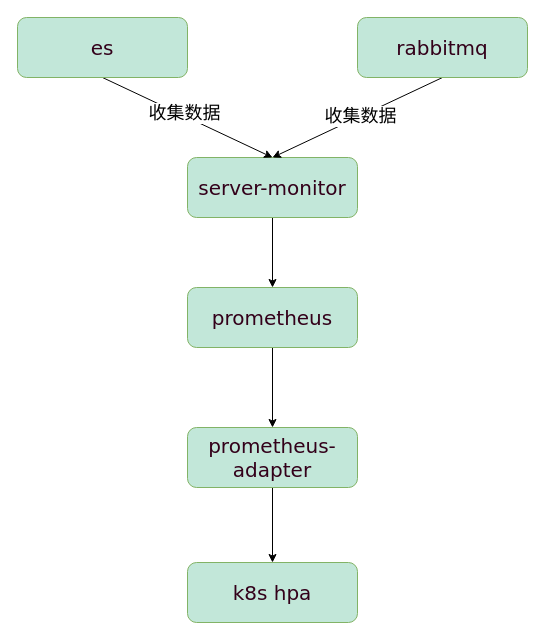
Above: uPic/HPA.drawio in hfdpx/fictional-sniffle (draw.io), before the change. Source tidied: cells renumbered, new cells numbered last; positions are measured from the earlier drawing's top-left corner, leaving out a move shared by most shapes. Both pictures are drawn from the tidied source at 100%, with x=0, y=0 at pixel (17, 17).
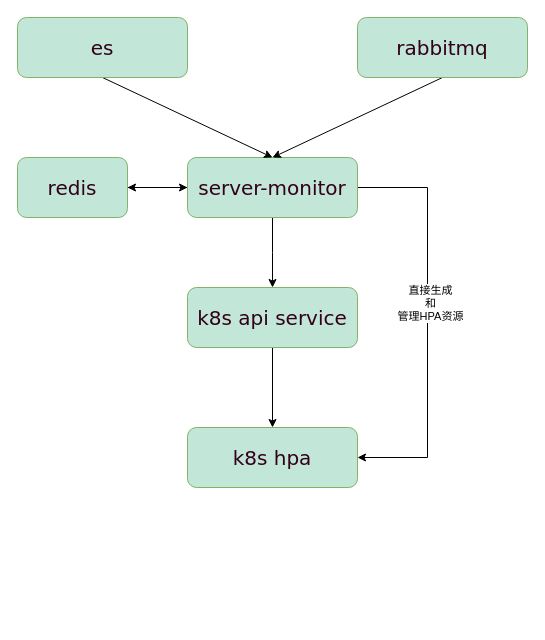
Above is the later version.

Change to the diagram source:
```diff
@@
 <mxGraphModel>
   <root>
     <mxCell id="0" />
     <mxCell id="1" parent="0" />
-    <mxCell id="2" style="edgeStyle=orthogonalEdgeStyle;rounded=0;jettySize=auto;html=1;" parent="1" edge="1" source="3" target="5">
-      <mxGeometry relative="1" as="geometry" />
+    <mxCell id="2" style="edgeStyle=orthogonalEdgeStyle;rounded=0;jettySize=auto;html=1;" parent="1" edge="1" source="3">
+      <mxGeometry relative="1" as="geometry">
+        <mxPoint x="255" y="270" as="targetPoint" />
+      </mxGeometry>
     </mxCell>
+    <mxCell id="15" style="edgeStyle=orthogonalEdgeStyle;rounded=0;jettySize=auto;html=1;exitX=1;exitY=0.5;exitDx=0;exitDy=0;entryX=1;entryY=0.5;entryDx=0;entryDy=0;" parent="1" edge="1" source="3" target="8">
+      <mxGeometry relative="1" as="geometry">
+        <Array as="points">
+          <mxPoint x="410" y="170" />
+          <mxPoint x="410" y="440" />
+        </Array>
+      </mxGeometry>
+    </mxCell>
+    <mxCell id="16" value="直接生成&lt;br&gt;和&lt;br&gt;管理HPA资源" style="edgeLabel;html=1;align=center;verticalAlign=middle;" parent="15" vertex="1">
+      <mxGeometry x="-0.1" y="2" relative="1" as="geometry" />
+    </mxCell>
+    <mxCell id="17" style="edgeStyle=orthogonalEdgeStyle;rounded=0;jettySize=auto;html=1;exitX=0;exitY=0.5;exitDx=0;exitDy=0;entryX=1;entryY=0.5;entryDx=0;entryDy=0;" parent="1" edge="1" source="3" target="19">
+      <mxGeometry relative="1" as="geometry" />
+    </mxCell>
     <mxCell id="3" value="server-monitor" style="rounded=1;whiteSpace=wrap;html=1;strokeColor=#82b366;fillColor=#C2E7D9;fontFamily=Verdana;fontSize=20;fontColor=#33001A;" parent="1" vertex="1">
       <mxGeometry x="170" y="140" width="170" height="60" as="geometry" />
     </mxCell>
-    <mxCell id="4" style="edgeStyle=orthogonalEdgeStyle;rounded=0;jettySize=auto;html=1;" parent="1" edge="1" source="5" target="7">
-      <mxGeometry relative="1" as="geometry" />
+    <mxCell id="4" style="edgeStyle=orthogonalEdgeStyle;rounded=0;orthogonalLoop=1;jettySize=auto;html=1;" parent="1" edge="1">
+      <mxGeometry relative="1" as="geometry">
+        <mxPoint x="255" y="330" as="sourcePoint" />
+        <mxPoint x="255" y="410" as="targetPoint" />
+      </mxGeometry>
     </mxCell>
-    <mxCell id="5" value="prometheus" style="rounded=1;whiteSpace=wrap;html=1;strokeColor=#82b366;fillColor=#C2E7D9;fontFamily=Verdana;fontSize=20;fontColor=#33001A;" parent="1" vertex="1">
-      <mxGeometry x="170" y="270" width="170" height="60" as="geometry" />
-    </mxCell>
-    <mxCell id="6" style="edgeStyle=orthogonalEdgeStyle;rounded=0;jettySize=auto;html=1;" parent="1" edge="1" source="7" target="8">
-      <mxGeometry relative="1" as="geometry" />
-    </mxCell>
-    <mxCell id="7" value="prometheus-adapter" style="rounded=1;whiteSpace=wrap;html=1;strokeColor=#82b366;fillColor=#C2E7D9;fontFamily=Verdana;fontSize=20;fontColor=#33001A;" parent="1" vertex="1">
-      <mxGeometry x="170" y="410" width="170" height="60" as="geometry" />
-    </mxCell>
     <mxCell id="8" value="k8s hpa" style="rounded=1;whiteSpace=wrap;html=1;strokeColor=#82b366;fillColor=#C2E7D9;fontFamily=Verdana;fontSize=20;fontColor=#33001A;" parent="1" vertex="1">
-      <mxGeometry x="170" y="545" width="170" height="60" as="geometry" />
+      <mxGeometry x="170" y="410" width="170" height="60" as="geometry" />
     </mxCell>
     <mxCell id="9" style="rounded=0;jettySize=auto;html=1;entryX=0.5;entryY=0;entryDx=0;entryDy=0;exitX=0.5;exitY=1;exitDx=0;exitDy=0;" parent="1" edge="1" source="11" target="3">
       <mxGeometry relative="1" as="geometry" />
     </mxCell>
-    <mxCell id="10" value="&lt;font style=&quot;font-size: 18px&quot;&gt;收集数据&lt;/font&gt;" style="edgeLabel;html=1;align=center;verticalAlign=middle;" parent="9" vertex="1">
-      <mxGeometry x="-0.05" y="3" relative="1" as="geometry" />
-    </mxCell>
     <mxCell id="11" value="es" style="rounded=1;whiteSpace=wrap;html=1;strokeColor=#82b366;fillColor=#C2E7D9;fontFamily=Verdana;fontSize=20;fontColor=#33001A;" parent="1" vertex="1">
       <mxGeometry width="170" height="60" as="geometry" />
     </mxCell>
     <mxCell id="12" style="edgeStyle=none;rounded=0;jettySize=auto;html=1;exitX=0.5;exitY=1;exitDx=0;exitDy=0;entryX=0.5;entryY=0;entryDx=0;entryDy=0;" parent="1" edge="1" source="14" target="3">
       <mxGeometry relative="1" as="geometry" />
     </mxCell>
-    <mxCell id="13" value="&lt;font style=&quot;font-size: 18px&quot;&gt;收集数据&lt;/font&gt;" style="edgeLabel;html=1;align=center;verticalAlign=middle;" parent="12" vertex="1">
-      <mxGeometry x="-0.04" relative="1" as="geometry">
-        <mxPoint x="-1" as="offset" />
-      </mxGeometry>
-    </mxCell>
     <mxCell id="14" value="rabbitmq" style="rounded=1;whiteSpace=wrap;html=1;strokeColor=#82b366;fillColor=#C2E7D9;fontFamily=Verdana;fontSize=20;fontColor=#33001A;" parent="1" vertex="1">
       <mxGeometry x="340" width="170" height="60" as="geometry" />
     </mxCell>
+    <mxCell id="18" style="edgeStyle=orthogonalEdgeStyle;rounded=0;jettySize=auto;html=1;exitX=1;exitY=0.5;exitDx=0;exitDy=0;entryX=0;entryY=0.5;entryDx=0;entryDy=0;" parent="1" edge="1" source="19" target="3">
+      <mxGeometry relative="1" as="geometry" />
+    </mxCell>
+    <mxCell id="19" value="redis" style="rounded=1;whiteSpace=wrap;html=1;strokeColor=#82b366;fillColor=#C2E7D9;fontFamily=Verdana;fontSize=20;fontColor=#33001A;" parent="1" vertex="1">
+      <mxGeometry y="140" width="110" height="60" as="geometry" />
+    </mxCell>
+    <mxCell id="20" value="k8s api service" style="rounded=1;whiteSpace=wrap;html=1;strokeColor=#82b366;fillColor=#C2E7D9;fontFamily=Verdana;fontSize=20;fontColor=#33001A;" parent="1" vertex="1">
+      <mxGeometry x="170" y="270" width="170" height="60" as="geometry" />
+    </mxCell>
   </root>
 </mxGraphModel>
```
